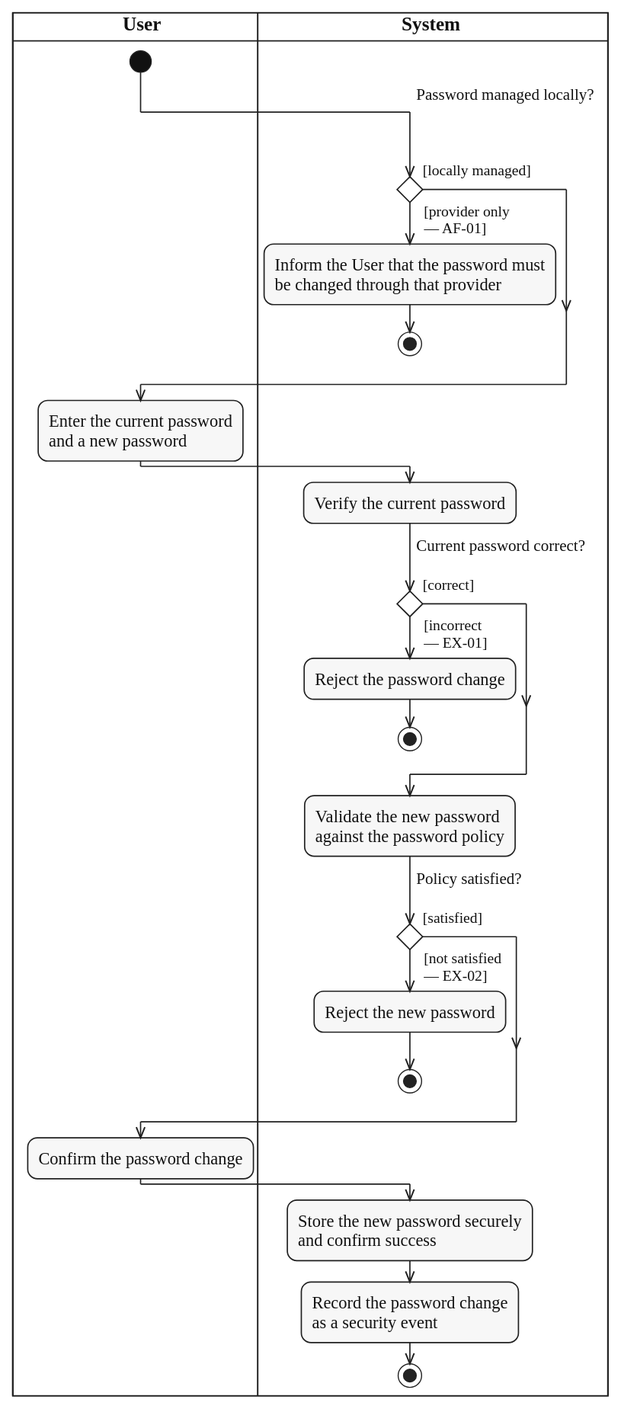
Earlier version of the PlantUML export diagrams/activity/account-authentication/svg/UC-PASSWORD-CHANGE.svg (lukenab/swd392-doc-automation). Its source is kept beside it as diagrams/activity/account-authentication/source/UC-PASSWORD-CHANGE.puml. Its diagram source:
```plantuml
@startuml UC-PASSWORD-CHANGE
!include ../../_shared/activity-style.puml

|USR| $lane_title("User")
|SYS| $lane_title("System")

|USR|
start
|SYS|
if ($question_x("Password managed locally?")) then ($guard_left("[locally managed]"))
else ($guard_right("[provider only", "— AF-01]"))
  :Inform the User that the password must
  be changed through that provider;
  stop
endif
|USR|
:Enter the current password
and a new password;
|SYS|
:Verify the current password;
if ($question("Current password correct?")) then ($guard_left("[correct]"))
else ($guard_right("[incorrect", "— EX-01]"))
  :Reject the password change;
  stop
endif
:Validate the new password
against the password policy;
if ($question("Policy satisfied?")) then ($guard_left("[satisfied]"))
else ($guard_right("[not satisfied", "— EX-02]"))
  :Reject the new password;
  stop
endif
|USR|
:Confirm the password change;
|SYS|
:Store the new password securely
and confirm success;
:Record the password change
as a security event;
stop
@enduml
```
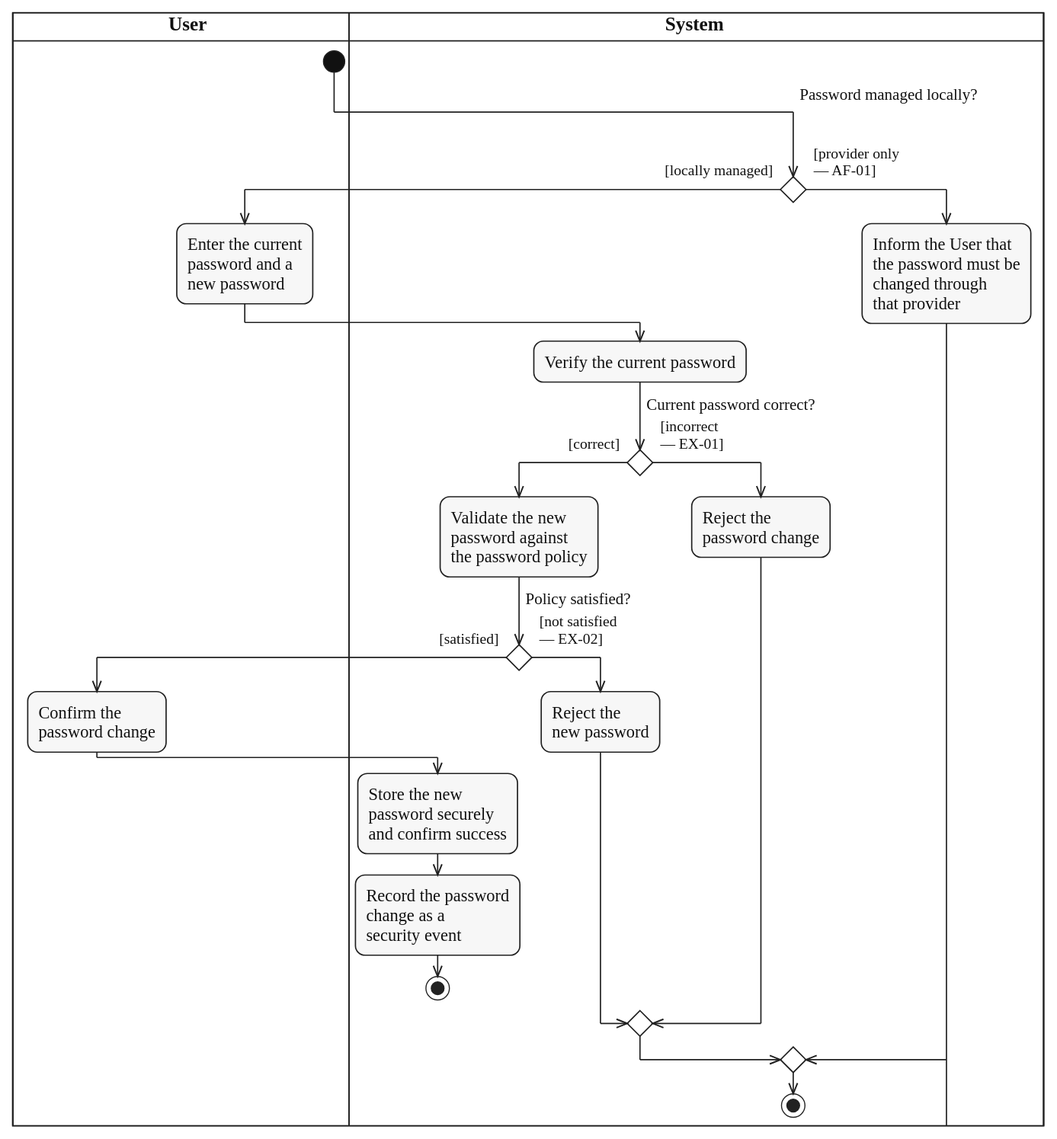
Above is the later version.

The edit, as a diff of the source:
```diff
@@ -1,6 +1,5 @@
 @startuml UC-PASSWORD-CHANGE
 !include ../../_shared/activity-style.puml
-
 |USR| $lane_title("User")
 |SYS| $lane_title("System")
 
@@ -8,34 +7,42 @@
 start
 |SYS|
 if ($question_x("Password managed locally?")) then ($guard_left("[locally managed]"))
+  |USR|
+  :Enter the current
+  password and a
+  new password;
+  |SYS|
+  :Verify the current password;
+  if ($question("Current password correct?")) then ($guard_left("[correct]"))
+    :Validate the new
+    password against
+    the password policy;
+    if ($question("Policy satisfied?")) then ($guard_left("[satisfied]"))
+      |USR|
+      :Confirm the
+      password change;
+      |SYS|
+      :Store the new
+      password securely
+      and confirm success;
+      :Record the password
+      change as a
+      security event;
+      stop
+    else ($guard_right("[not satisfied", "— EX-02]"))
+      :Reject the
+      new password;
+    endif
+  else ($guard_right("[incorrect", "— EX-01]"))
+    :Reject the
+    password change;
+  endif
 else ($guard_right("[provider only", "— AF-01]"))
-  :Inform the User that the password must
-  be changed through that provider;
-  stop
+  :Inform the User that
+  the password must be
+  changed through
+  that provider;
 endif
-|USR|
-:Enter the current password
-and a new password;
 |SYS|
-:Verify the current password;
-if ($question("Current password correct?")) then ($guard_left("[correct]"))
-else ($guard_right("[incorrect", "— EX-01]"))
-  :Reject the password change;
-  stop
-endif
-:Validate the new password
-against the password policy;
-if ($question("Policy satisfied?")) then ($guard_left("[satisfied]"))
-else ($guard_right("[not satisfied", "— EX-02]"))
-  :Reject the new password;
-  stop
-endif
-|USR|
-:Confirm the password change;
-|SYS|
-:Store the new password securely
-and confirm success;
-:Record the password change
-as a security event;
 stop
 @enduml
```
